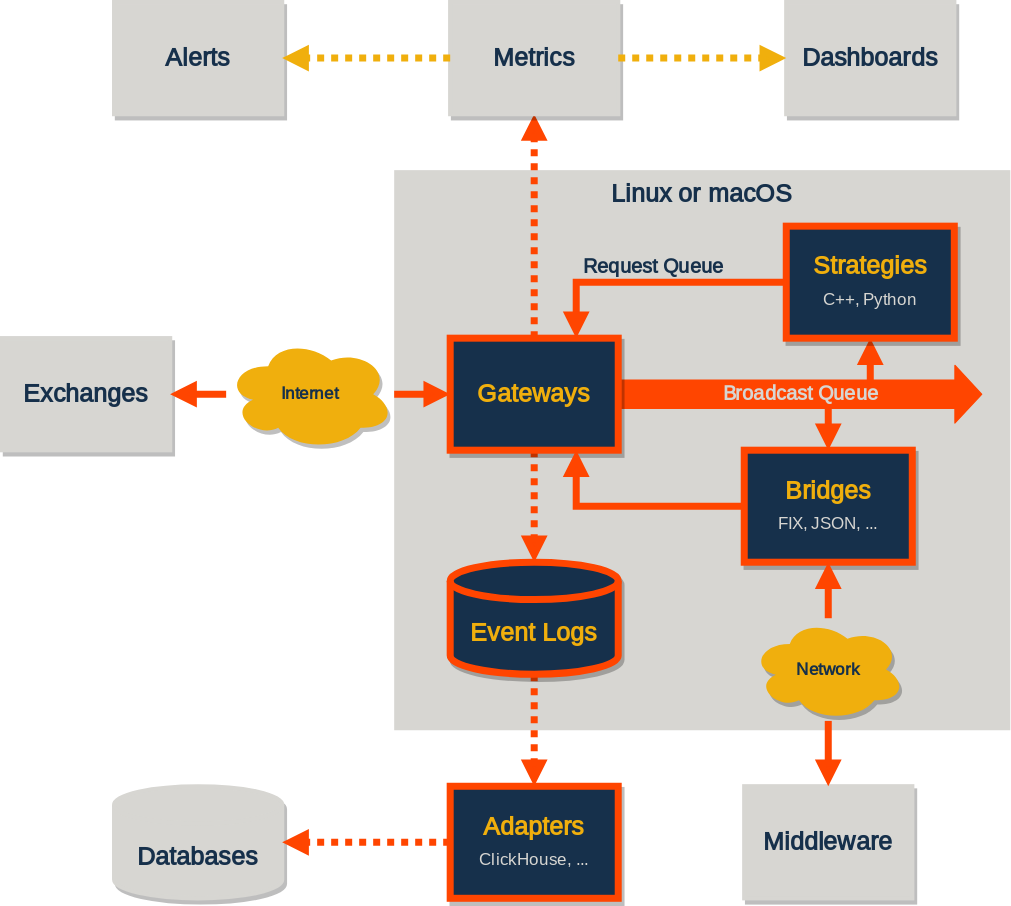
Before: profile/architecture_reference.svg, a diagram exported from draw.io (roq-trading/.github). Source tidied: cells renumbered, new cells last; positions are measured from the earlier drawing's top-left corner, leaving out a move shared by most shapes.
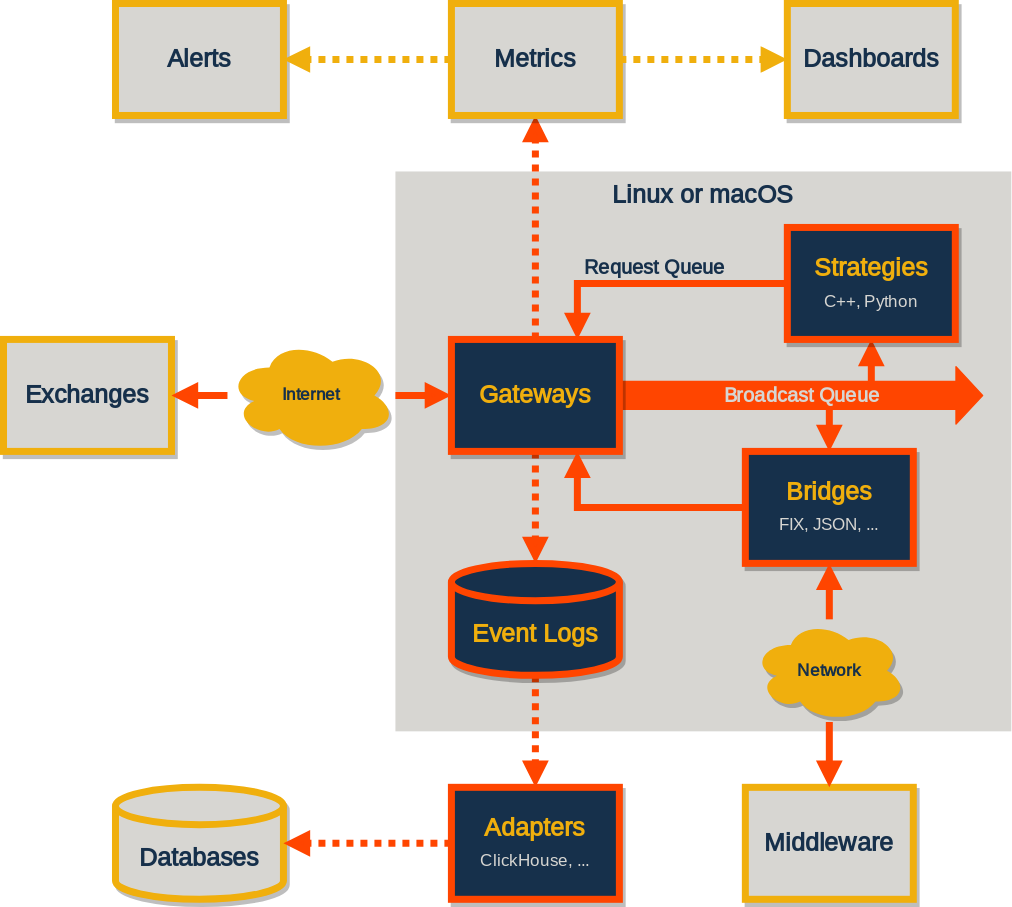
After the change.

The edit, as a diff of the source:
```diff
@@ -38,7 +38,7 @@
     <mxCell id="11" value="&lt;b&gt;&lt;font color=&quot;#f0af0d&quot;&gt;Bridges&lt;/font&gt;&lt;/b&gt;&lt;font style=&quot;font-size: 12px;&quot;&gt;&lt;br style=&quot;&quot;&gt;&lt;font color=&quot;#d7d6d2&quot;&gt;FIX, JSON, ...&lt;/font&gt;&lt;/font&gt;" style="rounded=0;whiteSpace=wrap;html=1;fontStyle=0;fontColor=#FFFFFF;fillColor=#16304b;strokeColor=#ff4500;strokeWidth=5;fontFamily=Quattrocento Sans;fontSource=https%3A%2F%2Ffonts.googleapis.com%2Fcss%3Ffamily%3DQuattrocento%2BSans;fontSize=18;shadow=1;" parent="1" vertex="1">
       <mxGeometry x="530" y="320" width="120" height="80" as="geometry" />
     </mxCell>
-    <mxCell id="12" value="Exchanges" style="rounded=0;whiteSpace=wrap;html=1;labelBackgroundColor=none;fontStyle=1;fontColor=#16304B;fillColor=#D7D6D2;strokeColor=#D7D6D2;strokeWidth=3;fontFamily=Quattrocento Sans;fontSource=https%3A%2F%2Ffonts.googleapis.com%2Fcss%3Ffamily%3DQuattrocento%2BSans;fontSize=18;shadow=1;" parent="1" vertex="1">
+    <mxCell id="12" value="Exchanges" style="rounded=0;whiteSpace=wrap;html=1;labelBackgroundColor=none;fontStyle=1;fontColor=#16304B;fillColor=#D7D6D2;strokeColor=#F0AF0D;strokeWidth=5;fontFamily=Quattrocento Sans;fontSource=https%3A%2F%2Ffonts.googleapis.com%2Fcss%3Ffamily%3DQuattrocento%2BSans;fontSize=18;shadow=1;" parent="1" vertex="1">
       <mxGeometry y="240" width="120" height="80" as="geometry" />
     </mxCell>
     <mxCell id="13" value="&lt;font color=&quot;#f0af0d&quot;&gt;&lt;br style=&quot;font-size: 18px;&quot;&gt;Event Logs&lt;/font&gt;" style="strokeWidth=5;html=1;shape=mxgraph.flowchart.database;whiteSpace=wrap;strokeColor=#FF4500;fillColor=#16304B;fontColor=#FFFFFF;verticalAlign=middle;fontFamily=Quattrocento Sans;fontSource=https%3A%2F%2Ffonts.googleapis.com%2Fcss%3Ffamily%3DQuattrocento%2BSans;fontSize=18;fontStyle=1;shadow=1;" parent="1" vertex="1">
@@ -47,19 +47,19 @@
     <mxCell id="14" value="&lt;font color=&quot;#f0af0d&quot;&gt;&lt;b&gt;Adapters&lt;/b&gt;&lt;/font&gt;&lt;font style=&quot;font-size: 12px;&quot;&gt;&lt;br style=&quot;&quot;&gt;&lt;font color=&quot;#d7d6d2&quot;&gt;ClickHouse, ...&lt;/font&gt;&lt;/font&gt;" style="rounded=0;whiteSpace=wrap;html=1;labelBackgroundColor=none;fontStyle=0;fontColor=#FFFFFF;fillColor=#16304B;strokeColor=#FF4500;strokeWidth=5;fontFamily=Quattrocento Sans;fontSource=https%3A%2F%2Ffonts.googleapis.com%2Fcss%3Ffamily%3DQuattrocento%2BSans;fontSize=18;shadow=1;" parent="1" vertex="1">
       <mxGeometry x="320" y="560" width="120" height="80" as="geometry" />
     </mxCell>
-    <mxCell id="15" value="&lt;br style=&quot;font-size: 18px;&quot;&gt;Databases" style="strokeWidth=3;html=1;shape=mxgraph.flowchart.database;whiteSpace=wrap;strokeColor=#D7D6D2;fillColor=#D7D6D2;fontColor=#16304B;verticalAlign=middle;fontFamily=Quattrocento Sans;fontSource=https%3A%2F%2Ffonts.googleapis.com%2Fcss%3Ffamily%3DQuattrocento%2BSans;fontSize=18;fontStyle=1;shadow=1;" parent="1" vertex="1">
+    <mxCell id="15" value="&lt;br style=&quot;font-size: 18px;&quot;&gt;Databases" style="strokeWidth=5;html=1;shape=mxgraph.flowchart.database;whiteSpace=wrap;strokeColor=#F0AF0D;fillColor=#D7D6D2;fontColor=#16304B;verticalAlign=middle;fontFamily=Quattrocento Sans;fontSource=https%3A%2F%2Ffonts.googleapis.com%2Fcss%3Ffamily%3DQuattrocento%2BSans;fontSize=18;fontStyle=1;shadow=1;" parent="1" vertex="1">
       <mxGeometry x="80" y="560" width="120" height="80" as="geometry" />
     </mxCell>
     <mxCell id="16" style="endArrow=block;startArrow=none;html=1;entryX=0;entryY=0.5;entryDx=0;entryDy=0;endFill=1;strokeWidth=5;startFill=1;strokeColor=#ff4500;fontFamily=Quattrocento Sans;fontSource=https%3A%2F%2Ffonts.googleapis.com%2Fcss%3Ffamily%3DQuattrocento%2BSans;fontSize=14;" parent="1" edge="1" source="29" target="9">
       <mxGeometry relative="1" as="geometry" />
     </mxCell>
-    <mxCell id="17" value="Metrics" style="rounded=0;whiteSpace=wrap;html=1;labelBackgroundColor=none;fontStyle=1;fontColor=#16304B;fillColor=#D7D6D2;strokeColor=#D7D6D2;strokeWidth=3;fontFamily=Quattrocento Sans;fontSource=https%3A%2F%2Ffonts.googleapis.com%2Fcss%3Ffamily%3DQuattrocento%2BSans;fontSize=18;shadow=1;" parent="1" vertex="1">
+    <mxCell id="17" value="Metrics" style="rounded=0;whiteSpace=wrap;html=1;labelBackgroundColor=none;fontStyle=1;fontColor=#16304B;fillColor=#D7D6D2;strokeColor=#F0AF0D;strokeWidth=5;fontFamily=Quattrocento Sans;fontSource=https%3A%2F%2Ffonts.googleapis.com%2Fcss%3Ffamily%3DQuattrocento%2BSans;fontSize=18;shadow=1;" parent="1" vertex="1">
       <mxGeometry x="320" width="120" height="80" as="geometry" />
     </mxCell>
-    <mxCell id="18" value="Dashboards" style="rounded=0;whiteSpace=wrap;html=1;labelBackgroundColor=none;fontStyle=1;fontColor=#16304B;fillColor=#D7D6D2;strokeColor=#D7D6D2;strokeWidth=3;fontFamily=Quattrocento Sans;fontSource=https%3A%2F%2Ffonts.googleapis.com%2Fcss%3Ffamily%3DQuattrocento%2BSans;fontSize=18;shadow=1;" parent="1" vertex="1">
+    <mxCell id="18" value="Dashboards" style="rounded=0;whiteSpace=wrap;html=1;labelBackgroundColor=none;fontStyle=1;fontColor=#16304B;fillColor=#D7D6D2;strokeColor=#F0AF0D;strokeWidth=5;fontFamily=Quattrocento Sans;fontSource=https%3A%2F%2Ffonts.googleapis.com%2Fcss%3Ffamily%3DQuattrocento%2BSans;fontSize=18;shadow=1;" parent="1" vertex="1">
       <mxGeometry x="560" width="120" height="80" as="geometry" />
     </mxCell>
-    <mxCell id="19" value="Alerts" style="rounded=0;whiteSpace=wrap;html=1;labelBackgroundColor=none;fontStyle=1;fontColor=#16304B;fillColor=#D7D6D2;strokeColor=#D7D6D2;strokeWidth=3;fontFamily=Quattrocento Sans;fontSource=https%3A%2F%2Ffonts.googleapis.com%2Fcss%3Ffamily%3DQuattrocento%2BSans;fontSize=18;shadow=1;" parent="1" vertex="1">
+    <mxCell id="19" value="Alerts" style="rounded=0;whiteSpace=wrap;html=1;labelBackgroundColor=none;fontStyle=1;fontColor=#16304B;fillColor=#D7D6D2;strokeColor=#F0AF0D;strokeWidth=5;fontFamily=Quattrocento Sans;fontSource=https%3A%2F%2Ffonts.googleapis.com%2Fcss%3Ffamily%3DQuattrocento%2BSans;fontSize=18;shadow=1;" parent="1" vertex="1">
       <mxGeometry x="80" width="120" height="80" as="geometry" />
     </mxCell>
     <mxCell id="20" style="endArrow=block;html=1;strokeWidth=5;endFill=1;strokeColor=#F0AF0D;exitX=0;exitY=0.5;exitDx=0;exitDy=0;entryX=1;entryY=0.5;entryDx=0;entryDy=0;dashed=1;dashPattern=1 1;fontColor=#000000;fontFamily=Quattrocento Sans;fontSource=https%3A%2F%2Ffonts.googleapis.com%2Fcss%3Ffamily%3DQuattrocento%2BSans;fontSize=14;" parent="1" edge="1" source="17" target="19">
@@ -77,7 +77,7 @@
     <mxCell id="24" value="Request Queue" style="edgeStyle=orthogonalEdgeStyle;rounded=0;jettySize=auto;html=1;exitX=0;exitY=0.5;exitDx=0;exitDy=0;entryX=0.75;entryY=0;entryDx=0;entryDy=0;strokeWidth=5;endArrow=block;endFill=1;strokeColor=#ff4500;labelBackgroundColor=none;labelPosition=center;verticalLabelPosition=top;align=center;verticalAlign=bottom;fontFamily=Quattrocento Sans;fontSource=https%3A%2F%2Ffonts.googleapis.com%2Fcss%3Ffamily%3DQuattrocento%2BSans;fontSize=14;fontColor=#16304B;fontStyle=1;" parent="1" edge="1" source="10" target="9">
       <mxGeometry relative="1" as="geometry" />
     </mxCell>
-    <mxCell id="25" value="Middleware" style="rounded=0;whiteSpace=wrap;html=1;labelBackgroundColor=none;fontStyle=1;fontColor=#16304B;fillColor=#D7D6D2;strokeColor=#D7D6D2;strokeWidth=3;fontFamily=Quattrocento Sans;fontSource=https%3A%2F%2Ffonts.googleapis.com%2Fcss%3Ffamily%3DQuattrocento%2BSans;fontSize=18;shadow=1;" parent="1" vertex="1">
+    <mxCell id="25" value="Middleware" style="rounded=0;whiteSpace=wrap;html=1;labelBackgroundColor=none;fontStyle=1;fontColor=#16304B;fillColor=#D7D6D2;strokeColor=#F0AF0D;strokeWidth=5;fontFamily=Quattrocento Sans;fontSource=https%3A%2F%2Ffonts.googleapis.com%2Fcss%3Ffamily%3DQuattrocento%2BSans;fontSize=18;shadow=1;" parent="1" vertex="1">
       <mxGeometry x="530" y="560" width="120" height="80" as="geometry" />
     </mxCell>
     <mxCell id="26" style="endArrow=block;html=1;strokeWidth=5;endFill=1;strokeColor=#FF4500;entryX=0.5;entryY=0;entryDx=0;entryDy=0;startArrow=none;startFill=1;labelPosition=right;verticalLabelPosition=middle;align=left;verticalAlign=middle;labelBackgroundColor=none;exitX=0.5;exitY=1;exitDx=0;exitDy=0;fontFamily=Quattrocento Sans;fontSource=https%3A%2F%2Ffonts.googleapis.com%2Fcss%3Ffamily%3DQuattrocento%2BSans;fontSize=14;" parent="1" edge="1" source="27" target="25">
```
